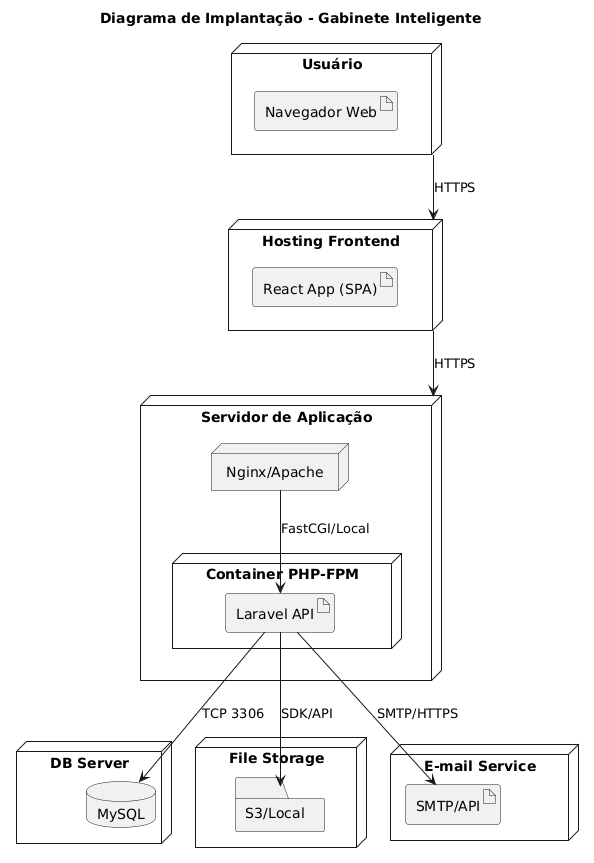
Above: Artefatos/Componentes e Implantacao/Diagrama-implantacao.png in ICEI-PUC-Minas-PPLES-TI/plf-es-2025-2-tcci-0393100-dev-bernardo-biondini (PlantUML), before the change. The source it was exported from:
```plantuml
@startuml
title Diagrama de Implantação - Gabinete Inteligente

skinparam shadowing false

node "Usuário" as User {
  artifact "Navegador Web" as Browser
}

node "Hosting Frontend" as FEHost {
  artifact "React App (SPA)" as ReactApp
}

node "Servidor de Aplicação" as AppSrv {
  node "Container PHP-FPM" as PHP {
    artifact "Laravel API" as Laravel
  }
  node "Nginx/Apache" as WebSrv
}

node "DB Server" as DBNode {
  database "MySQL" as MySQL
}

node "File Storage" as FS {
  folder "S3/Local" as S3Local
}

node "E-mail Service" as Mail {
  artifact "SMTP/API" as SMTP
}

User -down-> FEHost : HTTPS
FEHost -down-> AppSrv : HTTPS
WebSrv -down-> Laravel : FastCGI/Local
Laravel -down-> MySQL : TCP 3306
Laravel -down-> S3Local : SDK/API
Laravel -down-> SMTP : SMTP/HTTPS
@enduml
```
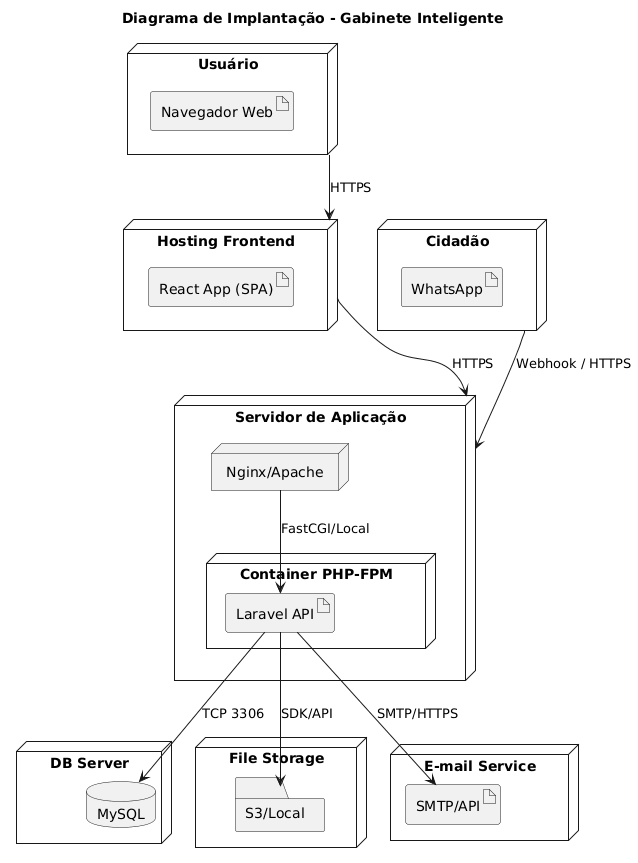
After the commit.

Diff of the diagram source:
```diff
@@ -7,15 +7,19 @@
   artifact "Navegador Web" as Browser
 }
 
+node "Cidadão" as Cidadao {
+  artifact "WhatsApp" as WhatsApp
+}
+
 node "Hosting Frontend" as FEHost {
   artifact "React App (SPA)" as ReactApp
 }
 
 node "Servidor de Aplicação" as AppSrv {
+  node "Nginx/Apache" as WebSrv
   node "Container PHP-FPM" as PHP {
     artifact "Laravel API" as Laravel
   }
-  node "Nginx/Apache" as WebSrv
 }
 
 node "DB Server" as DBNode {
@@ -32,6 +36,8 @@
 
 User -down-> FEHost : HTTPS
 FEHost -down-> AppSrv : HTTPS
+Cidadao -down-> AppSrv : Webhook / HTTPS
+
 WebSrv -down-> Laravel : FastCGI/Local
 Laravel -down-> MySQL : TCP 3306
 Laravel -down-> S3Local : SDK/API
```
